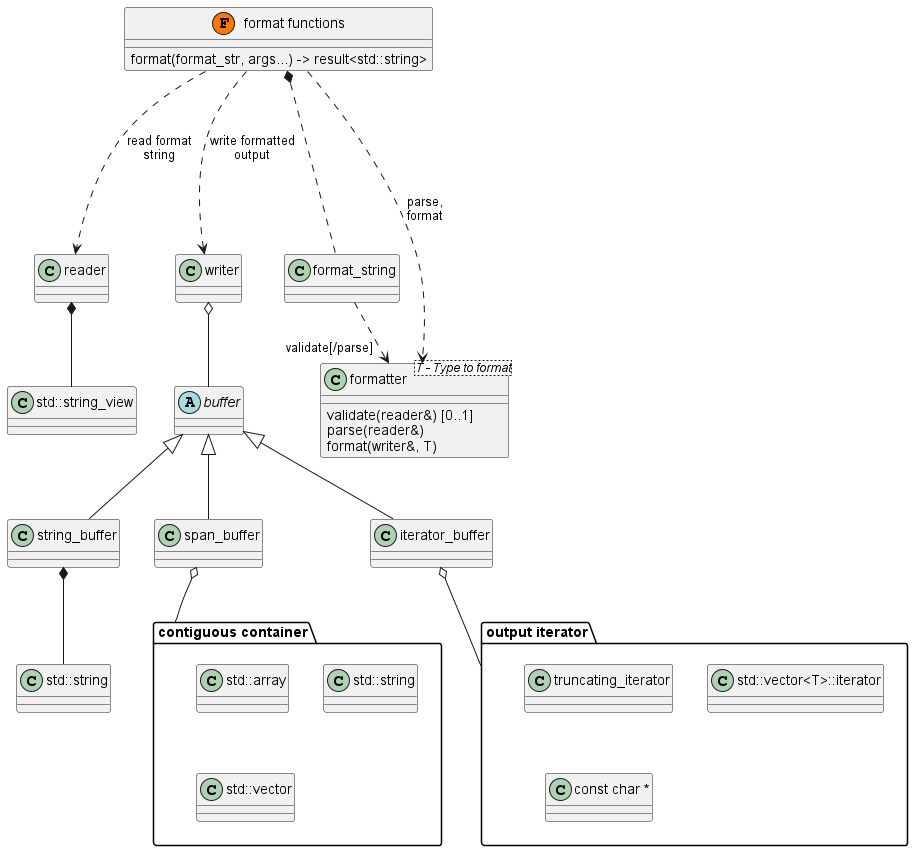
Above: docs/res/class_diagram.png in Viatorus/emio (PlantUML), before the change. Source of this version:
```plantuml
@startuml

class "format functions" << (F,#FF7700) >> {
    format(format_str, args...) -> result<std::string>
}

class reader
reader *-- "std::string_view"

abstract class buffer

class string_buffer
class span_buffer
class iterator_buffer

buffer <|-- iterator_buffer
buffer <|-- span_buffer
buffer <|-- string_buffer

class writer
writer o-- buffer

iterator_buffer o-- "output iterator"

package "output iterator" {
    class truncating_iterator
    class "std::vector<T>::iterator"
    class "const char *"
}

package "contiguous container" {
    class "std::array"
    class "std::string" as s2
    class "std::vector"
}

span_buffer o-- "contiguous container"
string_buffer *-- "std::string"

class format_string

class formatter<T - Type to format> {
    validate(reader&) [0..1]
    parse(reader&)
    format(writer&, T)
}

format_string  -.> "validate[/parse] " formatter

"format functions" *-.- "format_string"
"format functions" -.-> "writer" : "write formatted\noutput"
"format functions" -.-> "reader" : read format\nstring
"format functions" -.-> "formatter" : parse,\nformat

@enduml
```
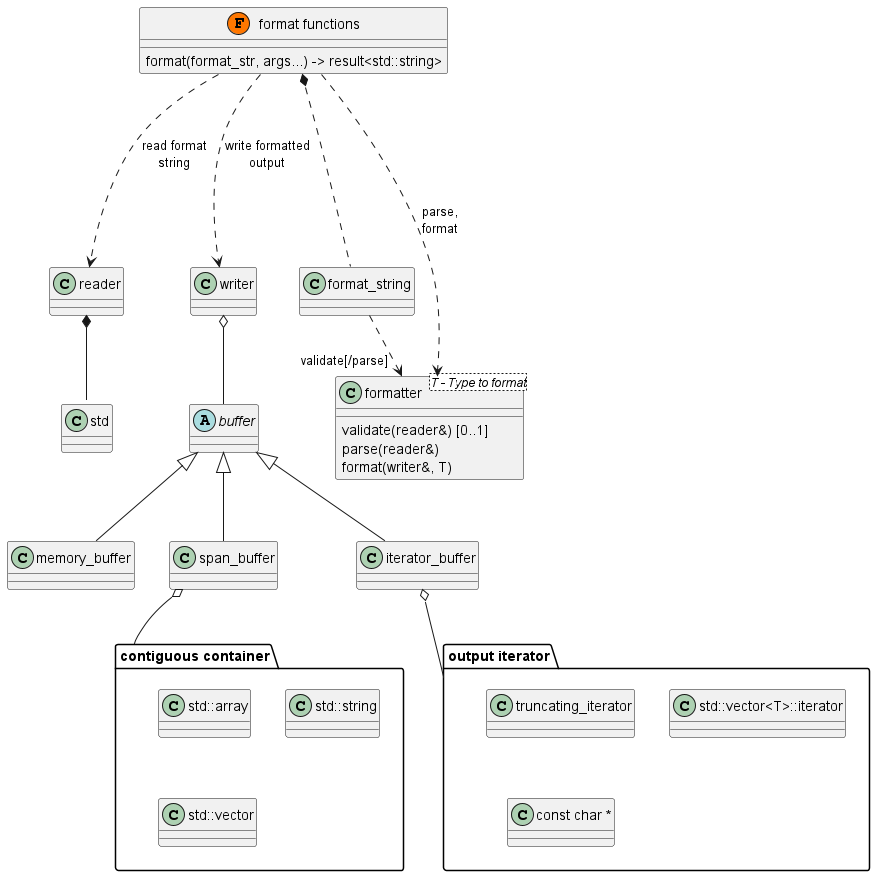
The same file after the commit.

What changed in the source:
```diff
@@ -9,13 +9,13 @@
 
 abstract class buffer
 
-class string_buffer
+class memory_buffer
 class span_buffer
 class iterator_buffer
 
 buffer <|-- iterator_buffer
 buffer <|-- span_buffer
-buffer <|-- string_buffer
+buffer <|-- memory_buffer
 
 class writer
 writer o-- buffer
@@ -35,7 +35,6 @@
 }
 
 span_buffer o-- "contiguous container"
-string_buffer *-- "std::string"
 
 class format_string
 
```
